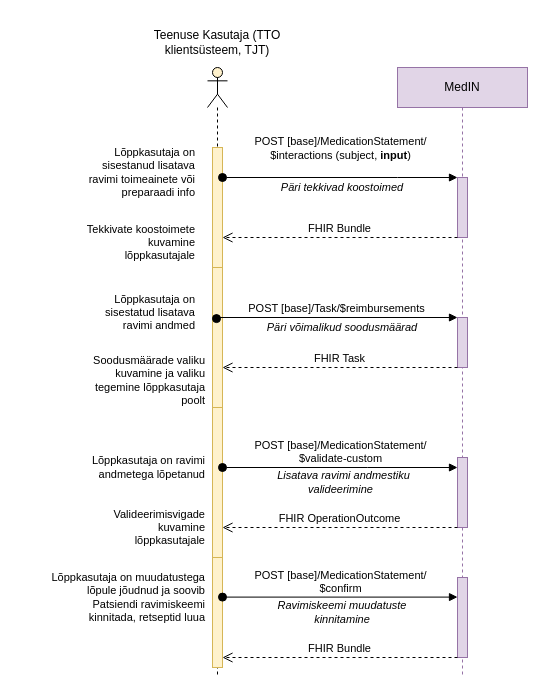
The draw.io diagram input/images-source/ravimiskeemiravimilisamine.drawio in TEHIK-EE/ig-ee-medication-scheme, before the edit. Source tidied: cells renumbered, new cells numbered last; positions are measured from the earlier drawing's top-left corner, leaving out a move shared by most shapes. Both pictures are drawn from the tidied source at 100%, with x=0, y=0 at pixel (47, 17).
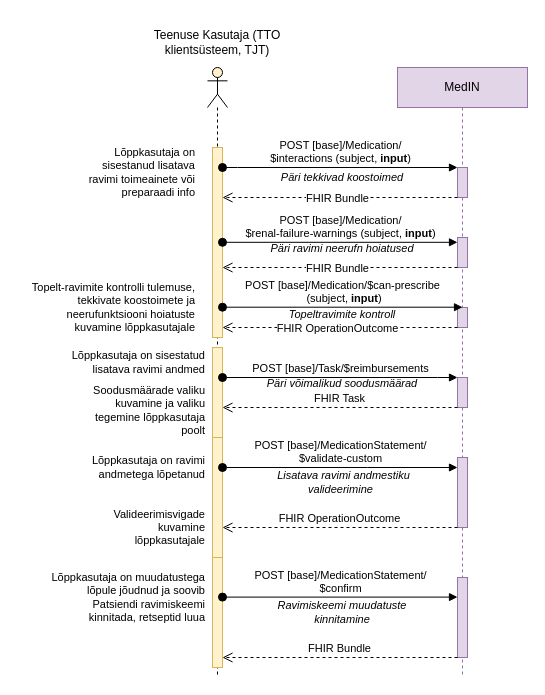
The same page after the edit.

The change refers to these unchanged cells:
```xml
<mxCell id="5" value="MedIN" style="shape=umlLifeline;perimeter=lifelinePerimeter;whiteSpace=wrap;html=1;newEdgeStyle={&quot;edgeStyle&quot;:&quot;elbowEdgeStyle&quot;,&quot;elbow&quot;:&quot;vertical&quot;,&quot;curved&quot;:0,&quot;rounded&quot;:0};fillColor=#e1d5e7;strokeColor=#9673a6;" parent="1" vertex="1">
  <mxGeometry x="350" y="50" width="130" height="610" as="geometry" />
</mxCell>
<mxCell id="7" style="html=1;points=[];perimeter=orthogonalPerimeter;outlineConnect=0;targetShapes=umlLifeline;portConstraint=eastwest;newEdgeStyle={&quot;edgeStyle&quot;:&quot;elbowEdgeStyle&quot;,&quot;elbow&quot;:&quot;vertical&quot;,&quot;curved&quot;:0,&quot;rounded&quot;:0};fillColor=#e1d5e7;strokeColor=#9673a6;" parent="5" vertex="1">
  <mxGeometry x="60" y="390" width="10" height="70" as="geometry" />
</mxCell>
<mxCell id="9" style="html=1;points=[];perimeter=orthogonalPerimeter;outlineConnect=0;targetShapes=umlLifeline;portConstraint=eastwest;newEdgeStyle={&quot;edgeStyle&quot;:&quot;elbowEdgeStyle&quot;,&quot;elbow&quot;:&quot;vertical&quot;,&quot;curved&quot;:0,&quot;rounded&quot;:0};fillColor=#e1d5e7;strokeColor=#9673a6;" parent="5" vertex="1">
  <mxGeometry x="60" y="510" width="10" height="80" as="geometry" />
</mxCell>
```

The edit, as a diff of the source:
```diff
@@
-    <mxCell id="2" style="shape=umlLifeline;perimeter=lifelinePerimeter;whiteSpace=wrap;html=1;newEdgeStyle={&quot;edgeStyle&quot;:&quot;elbowEdgeStyle&quot;,&quot;elbow&quot;:&quot;vertical&quot;,&quot;curved&quot;:0,&quot;rounded&quot;:0};participant=umlActor;fillColor=#fff2cc;strokeColor=#000000;" parent="1" vertex="1">
-      <mxGeometry x="160" y="50" width="20" height="610" as="geometry" />
-    </mxCell>
-    <mxCell id="3" style="html=1;points=[];perimeter=orthogonalPerimeter;outlineConnect=0;targetShapes=umlLifeline;portConstraint=eastwest;newEdgeStyle={&quot;edgeStyle&quot;:&quot;elbowEdgeStyle&quot;,&quot;elbow&quot;:&quot;vertical&quot;,&quot;curved&quot;:0,&quot;rounded&quot;:0};fillColor=#fff2cc;strokeColor=#d6b656;" parent="2" vertex="1">
-      <mxGeometry x="5" y="200" width="10" height="140" as="geometry" />
-    </mxCell>
+    <mxCell id="31" style="shape=umlLifeline;perimeter=lifelinePerimeter;whiteSpace=wrap;html=1;newEdgeStyle={&quot;edgeStyle&quot;:&quot;elbowEdgeStyle&quot;,&quot;elbow&quot;:&quot;vertical&quot;,&quot;curved&quot;:0,&quot;rounded&quot;:0};participant=umlActor;fillColor=#fff2cc;strokeColor=#000000;" parent="1" vertex="1">
+      <mxGeometry x="160" y="50" width="20" height="610" as="geometry" />
+    </mxCell>
+    <mxCell id="32" style="html=1;points=[];perimeter=orthogonalPerimeter;outlineConnect=0;targetShapes=umlLifeline;portConstraint=eastwest;newEdgeStyle={&quot;edgeStyle&quot;:&quot;elbowEdgeStyle&quot;,&quot;elbow&quot;:&quot;vertical&quot;,&quot;curved&quot;:0,&quot;rounded&quot;:0};fillColor=#fff2cc;strokeColor=#d6b656;" parent="31" vertex="1">
+      <mxGeometry x="5" y="280" width="10" height="90" as="geometry" />
+    </mxCell>
-    <mxCell id="4" style="html=1;points=[];perimeter=orthogonalPerimeter;outlineConnect=0;targetShapes=umlLifeline;portConstraint=eastwest;newEdgeStyle={&quot;edgeStyle&quot;:&quot;elbowEdgeStyle&quot;,&quot;elbow&quot;:&quot;vertical&quot;,&quot;curved&quot;:0,&quot;rounded&quot;:0};fillColor=#fff2cc;strokeColor=#d6b656;" parent="2" vertex="1">
+    <mxCell id="4" style="html=1;points=[];perimeter=orthogonalPerimeter;outlineConnect=0;targetShapes=umlLifeline;portConstraint=eastwest;newEdgeStyle={&quot;edgeStyle&quot;:&quot;elbowEdgeStyle&quot;,&quot;elbow&quot;:&quot;vertical&quot;,&quot;curved&quot;:0,&quot;rounded&quot;:0};fillColor=#fff2cc;strokeColor=#d6b656;" parent="31" vertex="1">
       <mxGeometry x="5" y="490" width="10" height="110" as="geometry" />
     </mxCell>
@@
-    <mxCell id="6" style="html=1;points=[];perimeter=orthogonalPerimeter;outlineConnect=0;targetShapes=umlLifeline;portConstraint=eastwest;newEdgeStyle={&quot;edgeStyle&quot;:&quot;elbowEdgeStyle&quot;,&quot;elbow&quot;:&quot;vertical&quot;,&quot;curved&quot;:0,&quot;rounded&quot;:0};fillColor=#e1d5e7;strokeColor=#9673a6;" parent="5" vertex="1">
-      <mxGeometry x="60" y="110" width="10" height="60" as="geometry" />
-    </mxCell>
+    <mxCell id="33" style="html=1;points=[];perimeter=orthogonalPerimeter;outlineConnect=0;targetShapes=umlLifeline;portConstraint=eastwest;newEdgeStyle={&quot;edgeStyle&quot;:&quot;elbowEdgeStyle&quot;,&quot;elbow&quot;:&quot;vertical&quot;,&quot;curved&quot;:0,&quot;rounded&quot;:0};fillColor=#e1d5e7;strokeColor=#9673a6;" parent="5" vertex="1">
+      <mxGeometry x="60" y="100" width="10" height="30" as="geometry" />
+    </mxCell>
@@
-    <mxCell id="8" style="html=1;points=[];perimeter=orthogonalPerimeter;outlineConnect=0;targetShapes=umlLifeline;portConstraint=eastwest;newEdgeStyle={&quot;edgeStyle&quot;:&quot;elbowEdgeStyle&quot;,&quot;elbow&quot;:&quot;vertical&quot;,&quot;curved&quot;:0,&quot;rounded&quot;:0};fillColor=#e1d5e7;strokeColor=#9673a6;" parent="5" vertex="1">
-      <mxGeometry x="60" y="250" width="10" height="50" as="geometry" />
-    </mxCell>
+    <mxCell id="34" style="html=1;points=[];perimeter=orthogonalPerimeter;outlineConnect=0;targetShapes=umlLifeline;portConstraint=eastwest;newEdgeStyle={&quot;edgeStyle&quot;:&quot;elbowEdgeStyle&quot;,&quot;elbow&quot;:&quot;vertical&quot;,&quot;curved&quot;:0,&quot;rounded&quot;:0};fillColor=#e1d5e7;strokeColor=#9673a6;" parent="5" vertex="1">
+      <mxGeometry x="60" y="310" width="10" height="30" as="geometry" />
+    </mxCell>
@@
+    <mxCell id="35" style="html=1;points=[];perimeter=orthogonalPerimeter;outlineConnect=0;targetShapes=umlLifeline;portConstraint=eastwest;newEdgeStyle={&quot;edgeStyle&quot;:&quot;elbowEdgeStyle&quot;,&quot;elbow&quot;:&quot;vertical&quot;,&quot;curved&quot;:0,&quot;rounded&quot;:0};fillColor=#e1d5e7;strokeColor=#9673a6;" parent="5" vertex="1">
+      <mxGeometry x="60" y="170" width="10" height="30" as="geometry" />
+    </mxCell>
+    <mxCell id="36" style="html=1;points=[];perimeter=orthogonalPerimeter;outlineConnect=0;targetShapes=umlLifeline;portConstraint=eastwest;newEdgeStyle={&quot;edgeStyle&quot;:&quot;elbowEdgeStyle&quot;,&quot;elbow&quot;:&quot;vertical&quot;,&quot;curved&quot;:0,&quot;rounded&quot;:0};fillColor=#e1d5e7;strokeColor=#9673a6;" parent="5" vertex="1">
+      <mxGeometry x="60" y="240" width="10" height="20" as="geometry" />
+    </mxCell>
@@
-    <mxCell id="11" style="html=1;points=[];perimeter=orthogonalPerimeter;outlineConnect=0;targetShapes=umlLifeline;portConstraint=eastwest;newEdgeStyle={&quot;edgeStyle&quot;:&quot;elbowEdgeStyle&quot;,&quot;elbow&quot;:&quot;vertical&quot;,&quot;curved&quot;:0,&quot;rounded&quot;:0};fillColor=#fff2cc;strokeColor=#d6b656;" parent="1" vertex="1">
-      <mxGeometry x="165" y="130" width="10" height="120" as="geometry" />
-    </mxCell>
+    <mxCell id="37" style="html=1;points=[];perimeter=orthogonalPerimeter;outlineConnect=0;targetShapes=umlLifeline;portConstraint=eastwest;newEdgeStyle={&quot;edgeStyle&quot;:&quot;elbowEdgeStyle&quot;,&quot;elbow&quot;:&quot;vertical&quot;,&quot;curved&quot;:0,&quot;rounded&quot;:0};fillColor=#fff2cc;strokeColor=#d6b656;" parent="1" vertex="1">
+      <mxGeometry x="165" y="130" width="10" height="190" as="geometry" />
+    </mxCell>
@@
-    <mxCell id="13" value="&lt;div&gt;POST [base]/MedicationStatement/&lt;div&gt;$interactions (subject, &lt;b&gt;input&lt;/b&gt;)&lt;/div&gt;&lt;/div&gt;&lt;div&gt;&lt;br&gt;&lt;/div&gt;" style="html=1;verticalAlign=bottom;startArrow=oval;startFill=1;endArrow=block;startSize=8;edgeStyle=elbowEdgeStyle;elbow=vertical;curved=0;rounded=0;" parent="1" edge="1" source="11" target="6">
-      <mxGeometry relative="1" as="geometry">
-        <Array as="points">
-          <mxPoint x="350" y="160" />
-          <mxPoint x="360" y="140" />
-          <mxPoint x="190" y="345" />
-        </Array>
-      </mxGeometry>
-    </mxCell>
-    <mxCell id="14" value="FHIR Bundle" style="html=1;verticalAlign=bottom;endArrow=open;dashed=1;endSize=8;edgeStyle=elbowEdgeStyle;elbow=vertical;curved=0;rounded=0;" parent="1" edge="1" source="6" target="11">
-      <mxGeometry relative="1" as="geometry">
-        <Array as="points">
-          <mxPoint x="350" y="220" />
-          <mxPoint x="380" y="200" />
-          <mxPoint x="260" y="430" />
-        </Array>
-      </mxGeometry>
-    </mxCell>
-    <mxCell id="15" value="Tekkivate koostoimete kuvamine lõppkasutajale" style="text;html=1;strokeColor=none;fillColor=none;align=right;verticalAlign=middle;whiteSpace=wrap;rounded=0;fontSize=11;" parent="1" vertex="1">
-      <mxGeometry x="30" y="210" width="120" height="30" as="geometry" />
-    </mxCell>
-    <mxCell id="16" style="html=1;points=[];perimeter=orthogonalPerimeter;outlineConnect=0;targetShapes=umlLifeline;portConstraint=eastwest;newEdgeStyle={&quot;edgeStyle&quot;:&quot;elbowEdgeStyle&quot;,&quot;elbow&quot;:&quot;vertical&quot;,&quot;curved&quot;:0,&quot;rounded&quot;:0};fillColor=#fff2cc;strokeColor=#d6b656;" parent="1" vertex="1">
-      <mxGeometry x="165" y="390" width="10" height="150" as="geometry" />
-    </mxCell>
+    <mxCell id="38" value="&lt;div&gt;POST [base]/Medication/&lt;div&gt;$interactions (subject, &lt;b&gt;input&lt;/b&gt;)&lt;/div&gt;&lt;/div&gt;" style="html=1;verticalAlign=bottom;startArrow=oval;startFill=1;endArrow=block;startSize=8;edgeStyle=elbowEdgeStyle;elbow=vertical;curved=0;rounded=0;" parent="1" edge="1" source="37" target="33">
+      <mxGeometry relative="1" as="geometry">
+        <Array as="points">
+          <mxPoint x="190" y="150" />
+          <mxPoint x="350" y="160" />
+          <mxPoint x="360" y="140" />
+          <mxPoint x="190" y="345" />
+        </Array>
+      </mxGeometry>
+    </mxCell>
+    <mxCell id="39" value="FHIR Bundle" style="html=1;verticalAlign=bottom;endArrow=open;dashed=1;endSize=8;edgeStyle=elbowEdgeStyle;elbow=vertical;curved=0;rounded=0;" parent="1" edge="1" source="33" target="37">
+      <mxGeometry x="0.02" y="10" relative="1" as="geometry">
+        <Array as="points">
+          <mxPoint x="180" y="180" />
+          <mxPoint x="350" y="170" />
+          <mxPoint x="320" y="190" />
+          <mxPoint x="350" y="220" />
+          <mxPoint x="380" y="200" />
+          <mxPoint x="260" y="430" />
+        </Array>
+      </mxGeometry>
+    </mxCell>
+    <mxCell id="40" value="&lt;div&gt;Topelt-ravimite kontrolli tulemuse,&lt;/div&gt;tekkivate koostoimete ja neerufunktsiooni hoiatuste kuvamine lõppkasutajale" style="text;html=1;strokeColor=none;fillColor=none;align=right;verticalAlign=middle;whiteSpace=wrap;rounded=0;fontSize=11;" parent="1" vertex="1">
+      <mxGeometry x="-30" y="260" width="180" height="60" as="geometry" />
+    </mxCell>
+    <mxCell id="41" style="html=1;points=[];perimeter=orthogonalPerimeter;outlineConnect=0;targetShapes=umlLifeline;portConstraint=eastwest;newEdgeStyle={&quot;edgeStyle&quot;:&quot;elbowEdgeStyle&quot;,&quot;elbow&quot;:&quot;vertical&quot;,&quot;curved&quot;:0,&quot;rounded&quot;:0};fillColor=#fff2cc;strokeColor=#d6b656;" parent="1" vertex="1">
+      <mxGeometry x="165" y="420" width="10" height="120" as="geometry" />
+    </mxCell>
@@
-    <mxCell id="18" value="POST [base]/MedicationStatement/&lt;div&gt;$validate-custom&lt;br&gt;&lt;/div&gt;" style="html=1;verticalAlign=bottom;startArrow=oval;startFill=1;endArrow=block;startSize=8;edgeStyle=elbowEdgeStyle;elbow=vertical;curved=0;rounded=0;" parent="1" edge="1" source="16" target="7">
+    <mxCell id="18" value="POST [base]/MedicationStatement/&lt;div&gt;$validate-custom&lt;br&gt;&lt;/div&gt;" style="html=1;verticalAlign=bottom;startArrow=oval;startFill=1;endArrow=block;startSize=8;edgeStyle=elbowEdgeStyle;elbow=vertical;curved=0;rounded=0;" parent="1" edge="1" source="41" target="7">
       <mxGeometry relative="1" as="geometry">
         <Array as="points">
           <mxPoint x="320" y="450" />
           <mxPoint x="360" y="480" />
           <mxPoint x="225" y="545" />
         </Array>
       </mxGeometry>
     </mxCell>
-    <mxCell id="19" value="FHIR OperationOutcome" style="html=1;verticalAlign=bottom;endArrow=open;dashed=1;endSize=8;edgeStyle=elbowEdgeStyle;elbow=vertical;curved=0;rounded=0;" parent="1" edge="1" source="7" target="16">
-      <mxGeometry relative="1" as="geometry">
-        <Array as="points">
-          <mxPoint x="360" y="510" />
-          <mxPoint x="330" y="570" />
-          <mxPoint x="295" y="630" />
-        </Array>
-      </mxGeometry>
-    </mxCell>
+    <mxCell id="42" value="FHIR OperationOutcome" style="html=1;verticalAlign=bottom;endArrow=open;dashed=1;endSize=8;edgeStyle=elbowEdgeStyle;elbow=vertical;curved=0;rounded=0;" parent="1" edge="1" source="7" target="41">
+      <mxGeometry relative="1" as="geometry">
+        <Array as="points">
+          <mxPoint x="360" y="510" />
+          <mxPoint x="330" y="570" />
+          <mxPoint x="295" y="630" />
+        </Array>
+      </mxGeometry>
+    </mxCell>
     <mxCell id="20" value="Lõppkasutaja on sisestatud lisatava ravimi andmed" style="text;html=1;strokeColor=none;fillColor=none;align=right;verticalAlign=middle;whiteSpace=wrap;rounded=0;fontSize=11;" parent="1" vertex="1">
-      <mxGeometry x="30" y="280" width="120" height="30" as="geometry" />
+      <mxGeometry x="10" y="330" width="150" height="30" as="geometry" />
     </mxCell>
-    <mxCell id="21" value="&lt;div&gt;POST [base]/Task/$reimbursements&lt;br&gt;&lt;/div&gt;" style="html=1;verticalAlign=bottom;startArrow=oval;startFill=1;endArrow=block;startSize=8;edgeStyle=elbowEdgeStyle;elbow=vertical;curved=0;rounded=0;exitX=0.4;exitY=0.365;exitDx=0;exitDy=0;exitPerimeter=0;" parent="1" edge="1" source="3" target="8">
+    <mxCell id="21" value="&lt;div&gt;POST [base]/Task/$reimbursements&lt;br&gt;&lt;/div&gt;" style="html=1;verticalAlign=bottom;startArrow=oval;startFill=1;endArrow=block;startSize=8;edgeStyle=elbowEdgeStyle;elbow=vertical;curved=0;rounded=0;" parent="1" edge="1" source="32" target="34">
       <mxGeometry relative="1" as="geometry">
         <Array as="points">
+          <mxPoint x="390" y="360" />
           <mxPoint x="355" y="300" />
           <mxPoint x="365" y="280" />
           <mxPoint x="195" y="485" />
         </Array>
       </mxGeometry>
     </mxCell>
     <mxCell id="22" value="Päri tekkivad koostoimed" style="text;html=1;strokeColor=none;fillColor=none;align=center;verticalAlign=middle;whiteSpace=wrap;rounded=0;fontSize=11;fontStyle=2;" parent="1" vertex="1">
-      <mxGeometry x="210" y="160" width="170" height="20" as="geometry" />
+      <mxGeometry x="210" y="150" width="170" height="20" as="geometry" />
     </mxCell>
     <mxCell id="23" value="Päri võimalikud soodusmäärad" style="text;html=1;strokeColor=none;fillColor=none;align=center;verticalAlign=middle;whiteSpace=wrap;rounded=0;fontSize=11;fontStyle=2;" parent="1" vertex="1">
-      <mxGeometry x="210" y="300" width="170" height="20" as="geometry" />
+      <mxGeometry x="210" y="356" width="170" height="20" as="geometry" />
     </mxCell>
-    <mxCell id="24" value="FHIR Task" style="html=1;verticalAlign=bottom;endArrow=open;dashed=1;endSize=8;edgeStyle=elbowEdgeStyle;elbow=vertical;curved=0;rounded=0;" parent="1" edge="1" source="8" target="3">
+    <mxCell id="24" value="FHIR Task" style="html=1;verticalAlign=bottom;endArrow=open;dashed=1;endSize=8;edgeStyle=elbowEdgeStyle;elbow=vertical;curved=0;rounded=0;" parent="1" edge="1" source="34" target="32">
       <mxGeometry relative="1" as="geometry">
         <Array as="points">
+          <mxPoint x="340" y="390" />
           <mxPoint x="350" y="350" />
           <mxPoint x="385" y="320" />
           <mxPoint x="265" y="550" />
         </Array>
       </mxGeometry>
     </mxCell>
     <mxCell id="25" value="Soodusmäärade valiku kuvamine ja valiku tegemine lõppkasutaja poolt" style="text;html=1;strokeColor=none;fillColor=none;align=right;verticalAlign=middle;whiteSpace=wrap;rounded=0;fontSize=11;" parent="1" vertex="1">
-      <mxGeometry x="40" y="340" width="120" height="45" as="geometry" />
+      <mxGeometry x="40" y="370" width="120" height="45" as="geometry" />
     </mxCell>
@@
-    <mxCell id="31" value="FHIR Bundle" style="html=1;verticalAlign=bottom;endArrow=open;dashed=1;endSize=8;edgeStyle=elbowEdgeStyle;elbow=vertical;curved=0;rounded=0;" parent="1" edge="1" source="9" target="4">
-      <mxGeometry relative="1" as="geometry">
-        <Array as="points">
-          <mxPoint x="360" y="640" />
-          <mxPoint x="350" y="630" />
-          <mxPoint x="320" y="690" />
-          <mxPoint x="285" y="750" />
-        </Array>
-      </mxGeometry>
-    </mxCell>
+    <mxCell id="43" value="FHIR Bundle" style="html=1;verticalAlign=bottom;endArrow=open;dashed=1;endSize=8;edgeStyle=elbowEdgeStyle;elbow=vertical;curved=0;rounded=0;" parent="1" edge="1" source="9" target="4">
+      <mxGeometry relative="1" as="geometry">
+        <Array as="points">
+          <mxPoint x="360" y="640" />
+          <mxPoint x="350" y="630" />
+          <mxPoint x="320" y="690" />
+          <mxPoint x="285" y="750" />
+        </Array>
+      </mxGeometry>
+    </mxCell>
+    <mxCell id="44" value="&lt;div&gt;POST [base]/Medication/&lt;div&gt;$renal-failure-warnings (subject, &lt;b&gt;input&lt;/b&gt;)&lt;/div&gt;&lt;/div&gt;" style="html=1;verticalAlign=bottom;startArrow=oval;startFill=1;endArrow=block;startSize=8;edgeStyle=elbowEdgeStyle;elbow=vertical;curved=0;rounded=0;" parent="1" edge="1" source="37" target="35">
+      <mxGeometry relative="1" as="geometry">
+        <Array as="points">
+          <mxPoint x="192.5" y="224.8" />
+          <mxPoint x="352.5" y="234.8" />
+          <mxPoint x="362.5" y="214.8" />
+          <mxPoint x="192.5" y="419.8" />
+        </Array>
+      </mxGeometry>
+    </mxCell>
+    <mxCell id="45" value="Päri ravimi neerufn hoiatused" style="text;html=1;strokeColor=none;fillColor=none;align=center;verticalAlign=middle;whiteSpace=wrap;rounded=0;fontSize=11;fontStyle=2;" parent="1" vertex="1">
+      <mxGeometry x="210" y="221" width="170" height="20" as="geometry" />
+    </mxCell>
+    <mxCell id="46" value="FHIR Bundle" style="html=1;verticalAlign=bottom;endArrow=open;dashed=1;endSize=8;edgeStyle=elbowEdgeStyle;elbow=vertical;curved=0;rounded=0;" parent="1" edge="1" source="35" target="37">
+      <mxGeometry x="0.02" y="10" relative="1" as="geometry">
+        <Array as="points">
+          <mxPoint x="180" y="250" />
+          <mxPoint x="350" y="240" />
+          <mxPoint x="320" y="260" />
+          <mxPoint x="350" y="290" />
+          <mxPoint x="380" y="270" />
+          <mxPoint x="260" y="500" />
+        </Array>
+      </mxGeometry>
+    </mxCell>
+    <mxCell id="47" value="&lt;div&gt;POST [base]/Medication/$can-prescribe&lt;div&gt;&amp;nbsp;(subject, &lt;b&gt;input&lt;/b&gt;)&lt;/div&gt;&lt;/div&gt;" style="html=1;verticalAlign=bottom;startArrow=oval;startFill=1;endArrow=block;startSize=8;edgeStyle=elbowEdgeStyle;elbow=vertical;curved=0;rounded=0;" parent="1" edge="1" source="37" target="36">
+      <mxGeometry relative="1" as="geometry">
+        <Array as="points">
+          <mxPoint x="192.5" y="289.7" />
+          <mxPoint x="352.5" y="299.7" />
+          <mxPoint x="362.5" y="279.7" />
+          <mxPoint x="192.5" y="484.7" />
+        </Array>
+      </mxGeometry>
+    </mxCell>
+    <mxCell id="48" value="Topeltravimite kontroll" style="text;html=1;strokeColor=none;fillColor=none;align=center;verticalAlign=middle;whiteSpace=wrap;rounded=0;fontSize=11;fontStyle=2;" parent="1" vertex="1">
+      <mxGeometry x="210" y="287" width="170" height="20" as="geometry" />
+    </mxCell>
+    <mxCell id="49" value="FHIR OperationOutcome" style="html=1;verticalAlign=bottom;endArrow=open;dashed=1;endSize=8;edgeStyle=elbowEdgeStyle;elbow=vertical;curved=0;rounded=0;" parent="1" edge="1" source="36" target="37">
+      <mxGeometry x="0.02" y="10" relative="1" as="geometry">
+        <Array as="points">
+          <mxPoint x="180" y="310" />
+          <mxPoint x="350" y="300" />
+          <mxPoint x="320" y="320" />
+          <mxPoint x="350" y="350" />
+          <mxPoint x="380" y="330" />
+          <mxPoint x="260" y="560" />
+        </Array>
+      </mxGeometry>
+    </mxCell>
```
